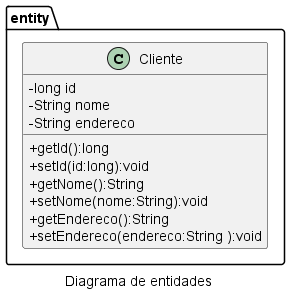
waltercoan/fso-turmaa-proj keeps this PlantUML diagram as diagramas/png/entidades.png. Above is the earlier version. Source of this version:
```plantuml
@startuml
skinparam classAttributeIconSize 0
caption Diagrama de entidades
namespace entity {
    class Cliente {
        - long id
        - String nome
        - String endereco

        + getId():long
        + setId(id:long):void
        + getNome():String
        + setNome(nome:String):void
        + getEndereco():String
        + setEndereco(endereco:String ):void

    }
}
@enduml
```
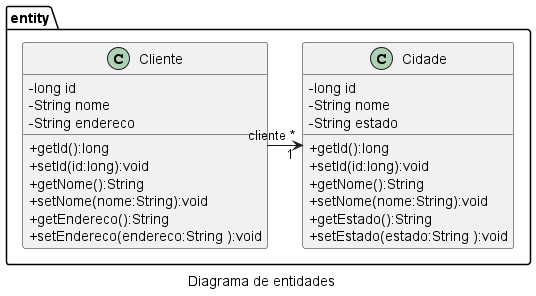
Above is the later version.

Commit message:
associacao da cidade - manytoone

Change to the diagram source:
```diff
@@ -15,5 +15,20 @@
         + setEndereco(endereco:String ):void
 
     }
+     class Cidade {
+        - long id
+        - String nome
+        - String estado
+
+        + getId():long
+        + setId(id:long):void
+        + getNome():String
+        + setNome(nome:String):void
+        + getEstado():String
+        + setEstado(estado:String ):void
+
+    }
+
+    Cliente "cliente *" -> "1" Cidade
 }
 @enduml
```
